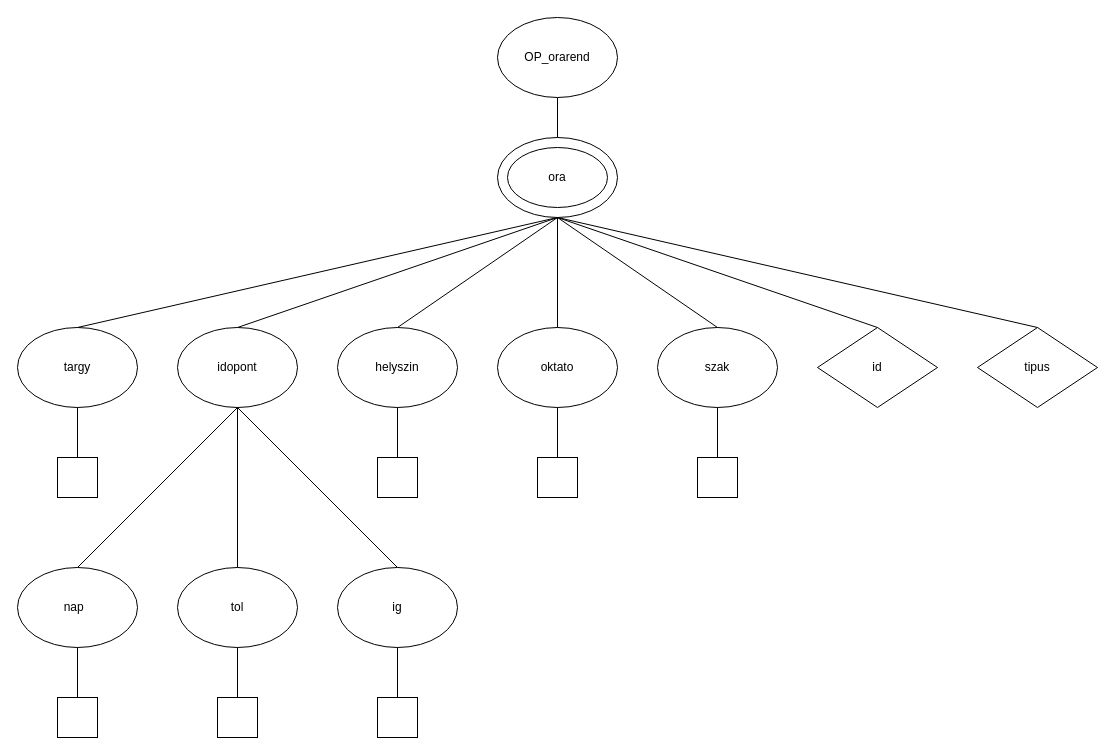
Earlier version of the draw.io diagram WO02D7_0917/WO02D7_orarendXDM.drawio (oroszpeter97/WO02D7WebXML). Source tidied: cells renumbered, new cells numbered last; positions are measured from the earlier drawing's top-left corner, leaving out a move shared by most shapes. Both pictures are drawn from the tidied source at 100%, with x=0, y=0 at pixel (17, 17).
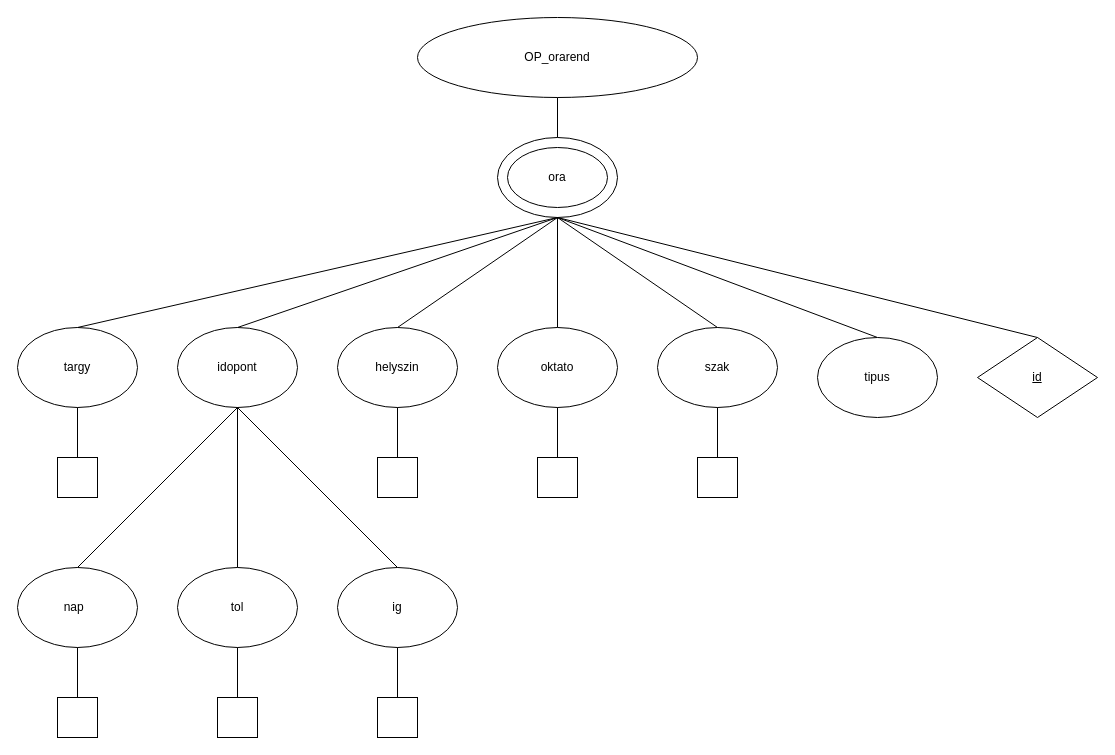
The same diagram, later.

The edit, as a diff of the source:
```diff
@@
     <mxCell id="3" value="&lt;div&gt;OP_orarend&lt;/div&gt;" style="ellipse;whiteSpace=wrap;html=1;" parent="1" vertex="1">
-      <mxGeometry x="480" width="120" height="80" as="geometry" />
+      <mxGeometry x="400" width="280" height="80" as="geometry" />
     </mxCell>
@@
-    <mxCell id="17" value="id" style="rhombus;whiteSpace=wrap;html=1;" parent="1" vertex="1">
-      <mxGeometry x="800" y="310" width="120" height="80" as="geometry" />
+    <mxCell id="17" value="&lt;u&gt;id&lt;/u&gt;" style="rhombus;whiteSpace=wrap;html=1;" parent="1" vertex="1">
+      <mxGeometry x="960" y="320" width="120" height="80" as="geometry" />
     </mxCell>
-    <mxCell id="18" value="tipus" style="rhombus;whiteSpace=wrap;html=1;" parent="1" vertex="1">
-      <mxGeometry x="960" y="310" width="120" height="80" as="geometry" />
-    </mxCell>
@@
+    <mxCell id="18" value="&lt;div&gt;tipus&lt;/div&gt;" style="ellipse;whiteSpace=wrap;html=1;" parent="1" vertex="1">
+      <mxGeometry x="800" y="320" width="120" height="80" as="geometry" />
+    </mxCell>
```
